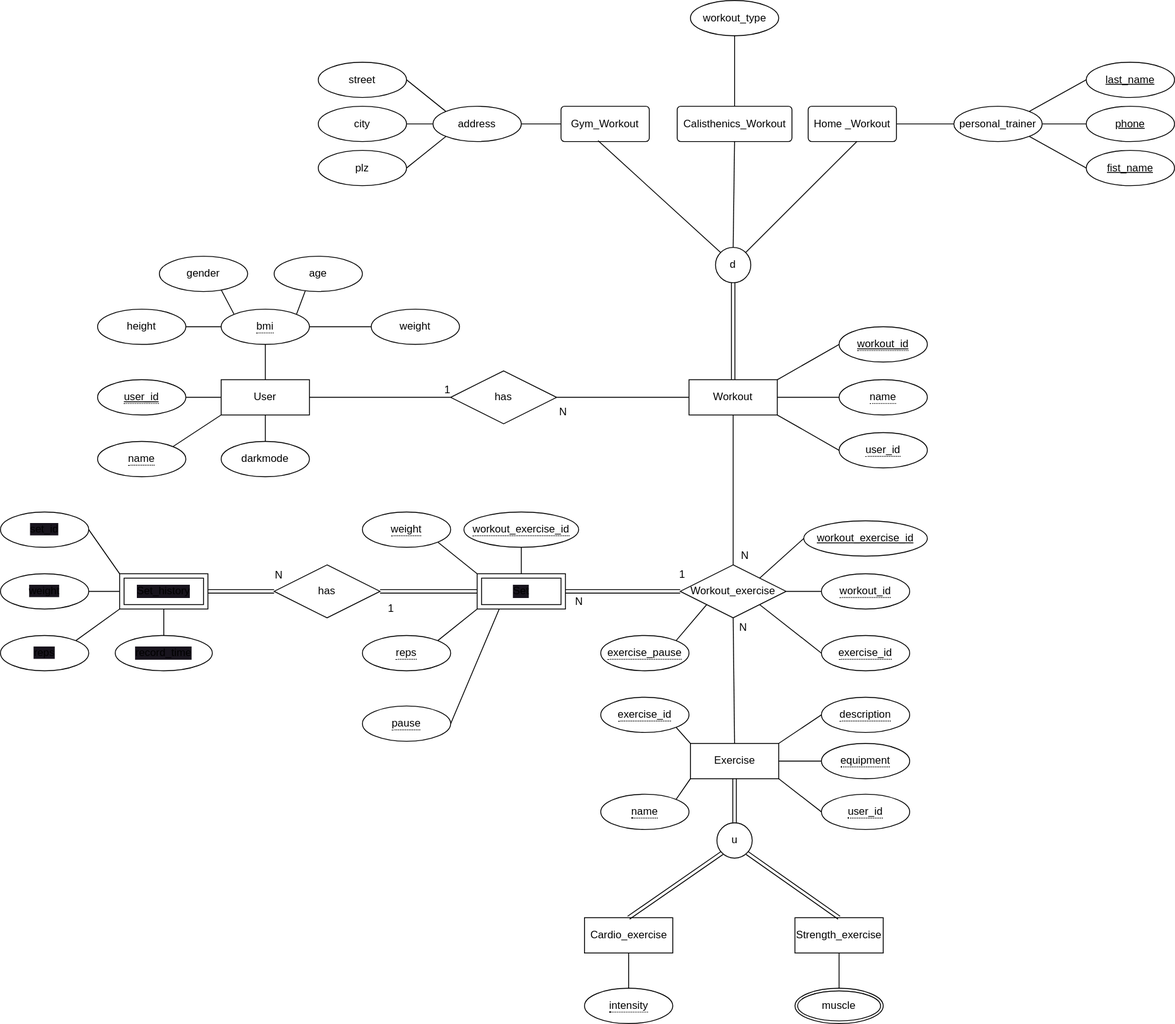
The draw.io diagram EER-Diagramm.drawio.svg in Johannes0220/DatabaseProject, before a commit. Source tidied: cells renumbered, new cells last; positions are measured from the earlier drawing's top-left corner, leaving out a move shared by most shapes.
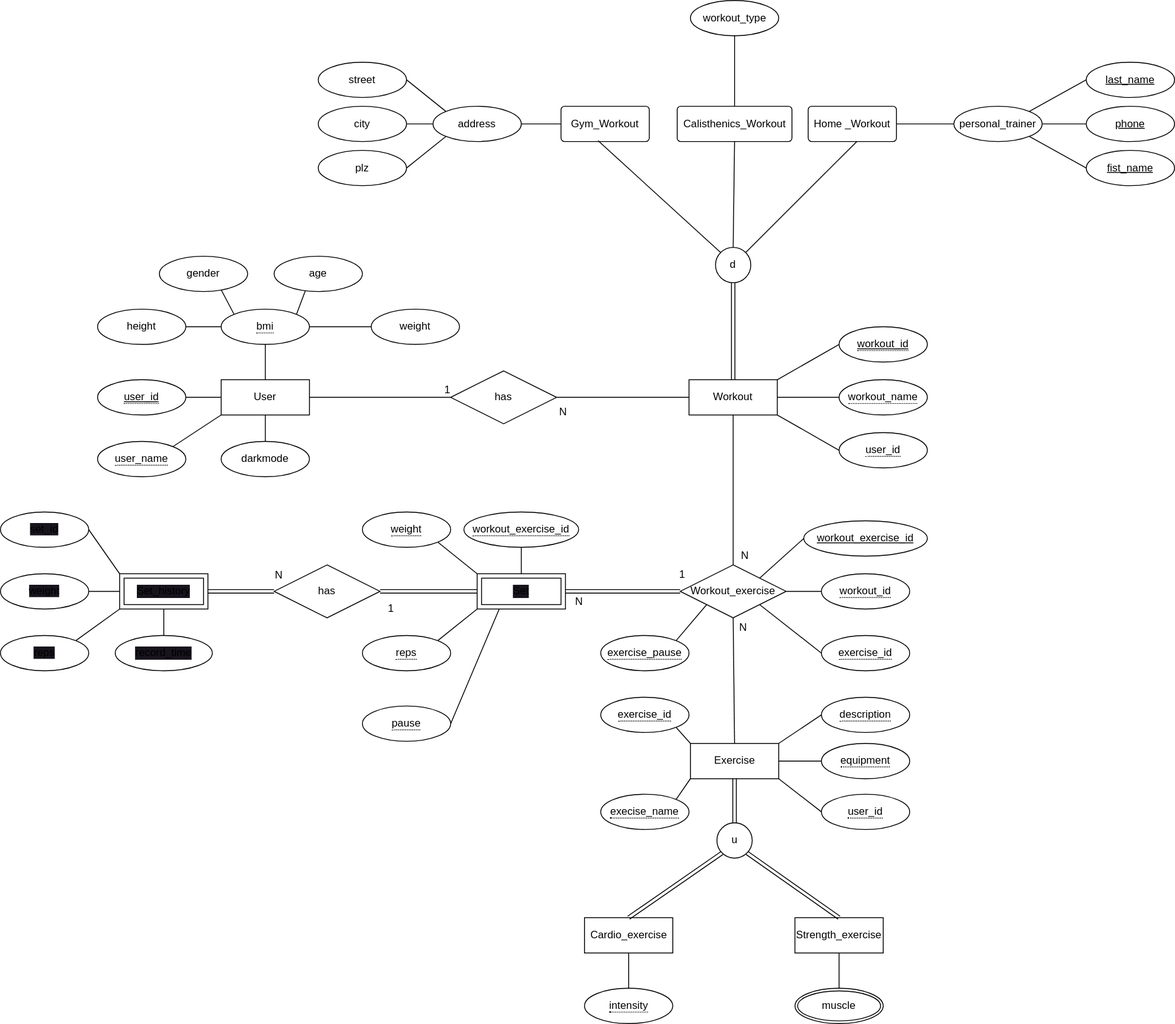
The same file after the commit.

Diff of the diagram source:
```diff
@@ -158,7 +158,7 @@
     <mxCell id="51" style="edgeStyle=none;html=1;exitX=1;exitY=0;exitDx=0;exitDy=0;entryX=0;entryY=1;entryDx=0;entryDy=0;endArrow=none;endFill=0;" parent="1" edge="1" source="52" target="2">
       <mxGeometry relative="1" as="geometry" />
     </mxCell>
-    <mxCell id="52" value="&lt;span style=&quot;border-bottom: 1px dotted&quot;&gt;name&lt;/span&gt;" style="ellipse;whiteSpace=wrap;html=1;align=center;" parent="1" vertex="1">
+    <mxCell id="52" value="&lt;span style=&quot;border-bottom: 1px dotted&quot;&gt;user_name&lt;/span&gt;" style="ellipse;whiteSpace=wrap;html=1;align=center;" parent="1" vertex="1">
       <mxGeometry x="110" y="500" width="100" height="40" as="geometry" />
     </mxCell>
     <mxCell id="53" value="&lt;span style=&quot;border-bottom: 1px dotted&quot;&gt;&lt;u&gt;user_id&lt;/u&gt;&lt;/span&gt;" style="ellipse;whiteSpace=wrap;html=1;align=center;" parent="1" vertex="1">
@@ -202,7 +202,7 @@
     <mxCell id="65" value="&lt;span style=&quot;border-bottom: 1px dotted&quot;&gt;user_id&lt;/span&gt;" style="ellipse;whiteSpace=wrap;html=1;align=center;" parent="1" vertex="1">
       <mxGeometry x="950" y="490" width="100" height="40" as="geometry" />
     </mxCell>
-    <mxCell id="66" value="&lt;span style=&quot;border-bottom: 1px dotted&quot;&gt;name&lt;/span&gt;" style="ellipse;whiteSpace=wrap;html=1;align=center;" parent="1" vertex="1">
+    <mxCell id="66" value="&lt;span style=&quot;border-bottom: 1px dotted&quot;&gt;workout_name&lt;/span&gt;" style="ellipse;whiteSpace=wrap;html=1;align=center;" parent="1" vertex="1">
       <mxGeometry x="950" y="430" width="100" height="40" as="geometry" />
     </mxCell>
     <mxCell id="67" style="edgeStyle=none;html=1;exitX=0;exitY=0.5;exitDx=0;exitDy=0;entryX=1;entryY=0.5;entryDx=0;entryDy=0;endArrow=none;endFill=0;" parent="1" edge="1" source="68" target="12">
@@ -244,7 +244,7 @@
     <mxCell id="79" style="edgeStyle=none;html=1;exitX=1;exitY=0;exitDx=0;exitDy=0;entryX=0;entryY=1;entryDx=0;entryDy=0;endArrow=none;endFill=0;" parent="1" edge="1" source="80" target="8">
       <mxGeometry relative="1" as="geometry" />
     </mxCell>
-    <mxCell id="80" value="&lt;span style=&quot;border-bottom: 1px dotted&quot;&gt;name&lt;/span&gt;" style="ellipse;whiteSpace=wrap;html=1;align=center;" parent="1" vertex="1">
+    <mxCell id="80" value="&lt;span style=&quot;border-bottom: 1px dotted&quot;&gt;execise_name&lt;/span&gt;" style="ellipse;whiteSpace=wrap;html=1;align=center;" parent="1" vertex="1">
       <mxGeometry x="680" y="900" width="100" height="40" as="geometry" />
     </mxCell>
     <mxCell id="81" style="edgeStyle=none;html=1;exitX=1;exitY=1;exitDx=0;exitDy=0;entryX=0;entryY=0;entryDx=0;entryDy=0;endArrow=none;endFill=0;" parent="1" edge="1" source="82" target="8">
```
